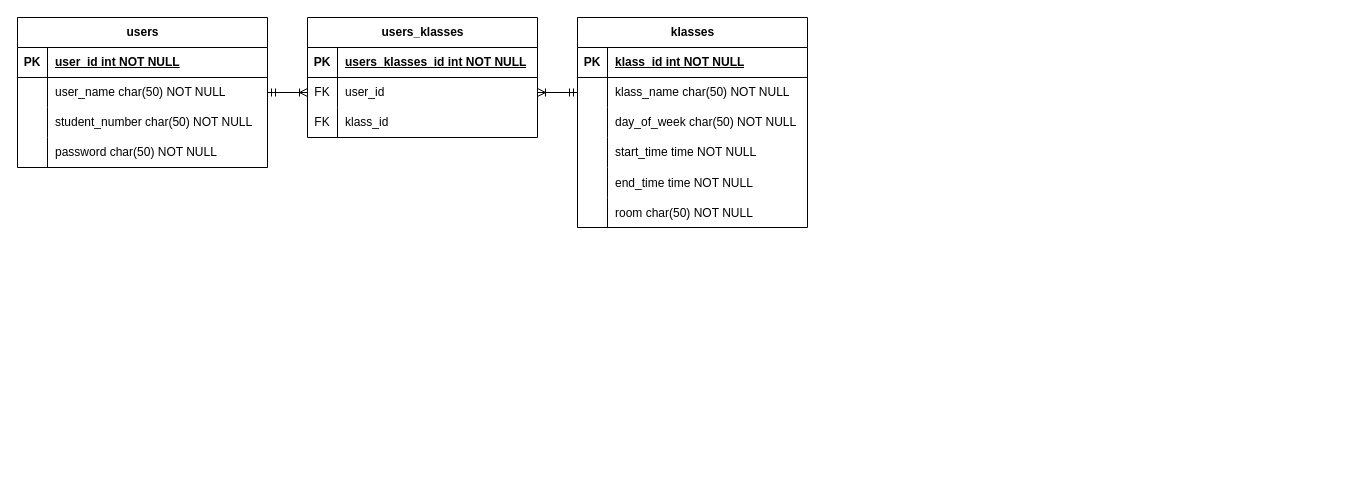
The draw.io diagram database.drawio in tori-ebi-tempura/lab-calendar, before the edit. Source tidied: cells renumbered, new cells numbered last; positions are measured from the earlier drawing's top-left corner, leaving out a move shared by most shapes. Both pictures are drawn from the tidied source at 100%, with x=0, y=0 at pixel (17, 17).
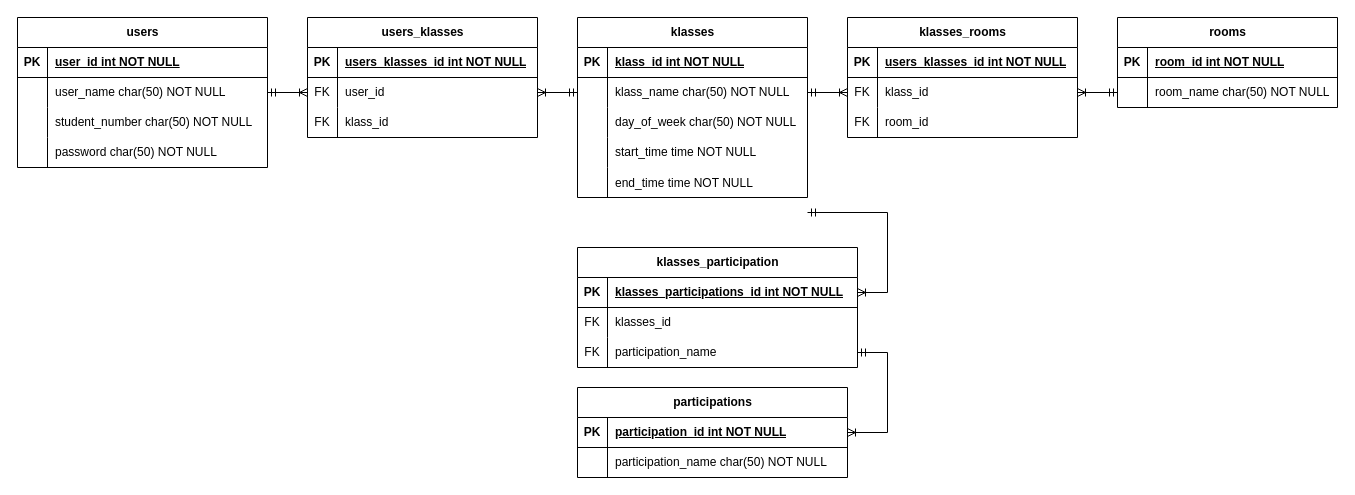
The same page after the edit.

Commit message:
update: roomの分離、paticipationの追加

The change refers to these unchanged cells:
```xml
<mxCell id="20" style="shape=tableRow;horizontal=0;startSize=0;swimlaneHead=0;swimlaneBody=0;fillColor=none;points=[[0,0.5],[1,0.5]];portConstraint=eastwest;top=0;left=0;right=0;bottom=0;" parent="16" vertex="1">
  <mxGeometry y="60" width="230" height="30" as="geometry" />
</mxCell>
```

The edit, as a diff of the source:
```diff
@@
     <mxCell id="16" value="klasses" style="shape=table;startSize=30;childLayout=tableLayout;rowLines=0;fontStyle=1;align=center;html=1;" parent="1" vertex="1">
-      <mxGeometry x="560" width="230" height="210" as="geometry" />
+      <mxGeometry x="560" width="230" height="180" as="geometry" />
     </mxCell>
@@
-    <mxCell id="32" style="shape=tableRow;horizontal=0;startSize=0;swimlaneHead=0;swimlaneBody=0;fillColor=none;top=0;left=0;right=0;bottom=0;" parent="16" vertex="1">
-      <mxGeometry y="180" width="230" height="30" as="geometry" />
-    </mxCell>
-    <mxCell id="33" style="shape=partialRectangle;fillColor=none;top=0;left=0;bottom=0;right=0;overflow=hidden;" parent="32" vertex="1">
-      <mxGeometry width="30" height="30" as="geometry" />
-    </mxCell>
-    <mxCell id="34" value="room char(50) NOT NULL" style="shape=partialRectangle;fillColor=none;top=0;left=0;bottom=0;right=0;align=left;spacingLeft=6;overflow=hidden;" parent="32" vertex="1">
-      <mxGeometry x="30" width="200" height="30" as="geometry" />
-    </mxCell>
@@
+    <mxCell id="47" value="participations" style="shape=table;startSize=30;childLayout=tableLayout;rowLines=0;fontStyle=1;align=center;html=1;" parent="1" vertex="1">
+      <mxGeometry x="560" y="370" width="270" height="90" as="geometry" />
+    </mxCell>
+    <mxCell id="48" style="shape=tableRow;horizontal=0;startSize=0;swimlaneHead=0;swimlaneBody=0;fillColor=none;points=[[0,0.5],[1,0.5]];portConstraint=eastwest;top=0;left=0;right=0;bottom=1;" parent="47" vertex="1">
+      <mxGeometry y="30" width="270" height="30" as="geometry" />
+    </mxCell>
+    <mxCell id="49" value="PK" style="shape=partialRectangle;fillColor=none;top=0;left=0;bottom=0;right=0;fontStyle=1;overflow=hidden;whiteSpace=wrap;html=1;" parent="48" vertex="1">
+      <mxGeometry width="30" height="30" as="geometry" />
+    </mxCell>
+    <mxCell id="50" value="participation_id int NOT NULL" style="shape=partialRectangle;fillColor=none;top=0;left=0;bottom=0;right=0;align=left;spacingLeft=6;fontStyle=5;overflow=hidden;whiteSpace=wrap;html=1;" parent="48" vertex="1">
+      <mxGeometry x="30" width="240" height="30" as="geometry" />
+    </mxCell>
+    <mxCell id="51" style="shape=tableRow;horizontal=0;startSize=0;swimlaneHead=0;swimlaneBody=0;fillColor=none;top=0;left=0;right=0;bottom=0;" parent="47" vertex="1">
+      <mxGeometry y="60" width="270" height="30" as="geometry" />
+    </mxCell>
+    <mxCell id="52" style="shape=partialRectangle;fillColor=none;top=0;left=0;bottom=0;right=0;overflow=hidden;whiteSpace=wrap;html=1;" parent="51" vertex="1">
+      <mxGeometry width="30" height="30" as="geometry" />
+    </mxCell>
+    <mxCell id="53" value="participation_name char(50) NOT NULL" style="shape=partialRectangle;fillColor=none;top=0;left=0;bottom=0;right=0;align=left;spacingLeft=6;overflow=hidden;whiteSpace=wrap;html=1;" parent="51" vertex="1">
+      <mxGeometry x="30" width="240" height="30" as="geometry" />
+    </mxCell>
+    <mxCell id="54" value="klasses_participation" style="shape=table;startSize=30;childLayout=tableLayout;rowLines=0;fontStyle=1;align=center;html=1;" parent="1" vertex="1">
+      <mxGeometry x="560" y="230" width="280" height="120" as="geometry" />
+    </mxCell>
+    <mxCell id="55" style="shape=tableRow;horizontal=0;startSize=0;swimlaneHead=0;swimlaneBody=0;fillColor=none;points=[[0,0.5],[1,0.5]];portConstraint=eastwest;top=0;left=0;right=0;bottom=1;" parent="54" vertex="1">
+      <mxGeometry y="30" width="280" height="30" as="geometry" />
+    </mxCell>
+    <mxCell id="56" value="PK" style="shape=partialRectangle;fillColor=none;top=0;left=0;bottom=0;right=0;fontStyle=1;overflow=hidden;whiteSpace=wrap;html=1;" parent="55" vertex="1">
+      <mxGeometry width="30" height="30" as="geometry" />
+    </mxCell>
+    <mxCell id="57" value="klasses_participations_id int NOT NULL" style="shape=partialRectangle;fillColor=none;top=0;left=0;bottom=0;right=0;align=left;spacingLeft=6;fontStyle=5;overflow=hidden;whiteSpace=wrap;html=1;" parent="55" vertex="1">
+      <mxGeometry x="30" width="250" height="30" as="geometry" />
+    </mxCell>
+    <mxCell id="58" style="shape=tableRow;horizontal=0;startSize=0;swimlaneHead=0;swimlaneBody=0;fillColor=none;top=0;left=0;right=0;bottom=0;" parent="54" vertex="1">
+      <mxGeometry y="60" width="280" height="30" as="geometry" />
+    </mxCell>
+    <mxCell id="59" value="FK" style="shape=partialRectangle;fillColor=none;top=0;left=0;bottom=0;right=0;fontStyle=0;overflow=hidden;whiteSpace=wrap;html=1;" parent="58" vertex="1">
+      <mxGeometry width="30" height="30" as="geometry" />
+    </mxCell>
+    <mxCell id="60" value="klasses_id" style="shape=partialRectangle;fillColor=none;top=0;left=0;bottom=0;right=0;align=left;spacingLeft=6;fontStyle=0;overflow=hidden;whiteSpace=wrap;html=1;" parent="58" vertex="1">
+      <mxGeometry x="30" width="250" height="30" as="geometry" />
+    </mxCell>
+    <mxCell id="61" style="shape=tableRow;horizontal=0;startSize=0;swimlaneHead=0;swimlaneBody=0;fillColor=none;points=[[0,0.5],[1,0.5]];portConstraint=eastwest;top=0;left=0;right=0;bottom=0;" parent="54" vertex="1">
+      <mxGeometry y="90" width="280" height="30" as="geometry" />
+    </mxCell>
+    <mxCell id="62" value="FK" style="shape=partialRectangle;fillColor=none;top=0;left=0;bottom=0;right=0;fontStyle=0;overflow=hidden;whiteSpace=wrap;html=1;" parent="61" vertex="1">
+      <mxGeometry width="30" height="30" as="geometry" />
+    </mxCell>
+    <mxCell id="63" value="participation_name" style="shape=partialRectangle;fillColor=none;top=0;left=0;bottom=0;right=0;align=left;spacingLeft=6;fontStyle=0;overflow=hidden;whiteSpace=wrap;html=1;" parent="61" vertex="1">
+      <mxGeometry x="30" width="250" height="30" as="geometry" />
+    </mxCell>
+    <mxCell id="64" style="edgeStyle=entityRelationEdgeStyle;fontSize=12;html=1;endArrow=ERoneToMany;startArrow=ERmandOne;rounded=0;" parent="1" edge="1" source="61" target="48">
+      <mxGeometry relative="1" as="geometry">
+        <Array as="points">
+          <mxPoint x="370" y="170" />
+          <mxPoint x="370" y="180" />
+        </Array>
+      </mxGeometry>
+    </mxCell>
+    <mxCell id="65" style="edgeStyle=entityRelationEdgeStyle;fontSize=12;html=1;endArrow=ERoneToMany;startArrow=ERmandOne;rounded=0;" parent="1" edge="1" target="55">
+      <mxGeometry relative="1" as="geometry">
+        <mxPoint x="790" y="195" as="sourcePoint" />
+      </mxGeometry>
+    </mxCell>
+    <mxCell id="66" value="klasses_rooms" style="shape=table;startSize=30;childLayout=tableLayout;rowLines=0;fontStyle=1;align=center;html=1;" parent="1" vertex="1">
+      <mxGeometry x="830" width="230" height="120" as="geometry" />
+    </mxCell>
+    <mxCell id="67" style="shape=tableRow;horizontal=0;startSize=0;swimlaneHead=0;swimlaneBody=0;fillColor=none;top=0;left=0;right=0;bottom=1;" parent="66" vertex="1">
+      <mxGeometry y="30" width="230" height="30" as="geometry" />
+    </mxCell>
+    <mxCell id="68" value="PK" style="shape=partialRectangle;fillColor=none;top=0;left=0;bottom=0;right=0;fontStyle=1;overflow=hidden;whiteSpace=wrap;html=1;" parent="67" vertex="1">
+      <mxGeometry width="30" height="30" as="geometry" />
+    </mxCell>
+    <mxCell id="69" value="users_klasses_id int NOT NULL" style="shape=partialRectangle;fillColor=none;top=0;left=0;bottom=0;right=0;align=left;spacingLeft=6;fontStyle=5;overflow=hidden;whiteSpace=wrap;html=1;" parent="67" vertex="1">
+      <mxGeometry x="30" width="200" height="30" as="geometry" />
+    </mxCell>
+    <mxCell id="70" style="shape=tableRow;horizontal=0;startSize=0;swimlaneHead=0;swimlaneBody=0;fillColor=none;points=[[0,0.5],[1,0.5]];portConstraint=eastwest;top=0;left=0;right=0;bottom=0;" parent="66" vertex="1">
+      <mxGeometry y="60" width="230" height="30" as="geometry" />
+    </mxCell>
+    <mxCell id="71" value="FK" style="shape=partialRectangle;fillColor=none;top=0;left=0;bottom=0;right=0;fontStyle=0;overflow=hidden;whiteSpace=wrap;html=1;" parent="70" vertex="1">
+      <mxGeometry width="30" height="30" as="geometry" />
+    </mxCell>
+    <mxCell id="72" value="klass_id" style="shape=partialRectangle;fillColor=none;top=0;left=0;bottom=0;right=0;align=left;spacingLeft=6;fontStyle=0;overflow=hidden;whiteSpace=wrap;html=1;" parent="70" vertex="1">
+      <mxGeometry x="30" width="200" height="30" as="geometry" />
+    </mxCell>
+    <mxCell id="73" style="shape=tableRow;horizontal=0;startSize=0;swimlaneHead=0;swimlaneBody=0;fillColor=none;top=0;left=0;right=0;bottom=0;" parent="66" vertex="1">
+      <mxGeometry y="90" width="230" height="30" as="geometry" />
+    </mxCell>
+    <mxCell id="74" value="FK" style="shape=partialRectangle;fillColor=none;top=0;left=0;bottom=0;right=0;fontStyle=0;overflow=hidden;whiteSpace=wrap;html=1;" parent="73" vertex="1">
+      <mxGeometry width="30" height="30" as="geometry" />
+    </mxCell>
+    <mxCell id="75" value="room_id" style="shape=partialRectangle;fillColor=none;top=0;left=0;bottom=0;right=0;align=left;spacingLeft=6;fontStyle=0;overflow=hidden;whiteSpace=wrap;html=1;" parent="73" vertex="1">
+      <mxGeometry x="30" width="200" height="30" as="geometry" />
+    </mxCell>
+    <mxCell id="76" value="rooms" style="shape=table;startSize=30;childLayout=tableLayout;rowLines=0;fontStyle=1;align=center;html=1;" parent="1" vertex="1">
+      <mxGeometry x="1100" width="220" height="90" as="geometry" />
+    </mxCell>
+    <mxCell id="77" style="shape=tableRow;horizontal=0;startSize=0;swimlaneHead=0;swimlaneBody=0;fillColor=none;top=0;left=0;right=0;bottom=1;" parent="76" vertex="1">
+      <mxGeometry y="30" width="220" height="30" as="geometry" />
+    </mxCell>
+    <mxCell id="78" value="PK" style="shape=partialRectangle;fillColor=none;top=0;left=0;bottom=0;right=0;fontStyle=1;overflow=hidden;whiteSpace=wrap;html=1;" parent="77" vertex="1">
+      <mxGeometry width="30" height="30" as="geometry" />
+    </mxCell>
+    <mxCell id="79" value="room_id int NOT NULL" style="shape=partialRectangle;fillColor=none;top=0;left=0;bottom=0;right=0;align=left;spacingLeft=6;fontStyle=5;overflow=hidden;whiteSpace=wrap;html=1;" parent="77" vertex="1">
+      <mxGeometry x="30" width="190" height="30" as="geometry" />
+    </mxCell>
+    <mxCell id="80" style="shape=tableRow;horizontal=0;startSize=0;swimlaneHead=0;swimlaneBody=0;fillColor=none;points=[[0,0.5],[1,0.5]];portConstraint=eastwest;top=0;left=0;right=0;bottom=0;" parent="76" vertex="1">
+      <mxGeometry y="60" width="220" height="30" as="geometry" />
+    </mxCell>
+    <mxCell id="81" style="shape=partialRectangle;fillColor=none;top=0;left=0;bottom=0;right=0;overflow=hidden;whiteSpace=wrap;html=1;" parent="80" vertex="1">
+      <mxGeometry width="30" height="30" as="geometry" />
+    </mxCell>
+    <mxCell id="82" value="room_name char(50) NOT NULL" style="shape=partialRectangle;fillColor=none;top=0;left=0;bottom=0;right=0;align=left;spacingLeft=6;overflow=hidden;whiteSpace=wrap;html=1;" parent="80" vertex="1">
+      <mxGeometry x="30" width="190" height="30" as="geometry" />
+    </mxCell>
+    <mxCell id="83" style="edgeStyle=entityRelationEdgeStyle;fontSize=12;html=1;endArrow=ERoneToMany;startArrow=ERmandOne;rounded=0;" parent="1" edge="1" source="20" target="70">
+      <mxGeometry relative="1" as="geometry">
+        <Array as="points">
+          <mxPoint x="780" y="90" />
+          <mxPoint x="750" y="90" />
+          <mxPoint x="550" y="140" />
+          <mxPoint x="890" y="80" />
+        </Array>
+      </mxGeometry>
+    </mxCell>
+    <mxCell id="84" style="edgeStyle=entityRelationEdgeStyle;fontSize=12;html=1;endArrow=ERoneToMany;startArrow=ERmandOne;rounded=0;" parent="1" edge="1" source="80" target="70">
+      <mxGeometry relative="1" as="geometry" />
+    </mxCell>
```
